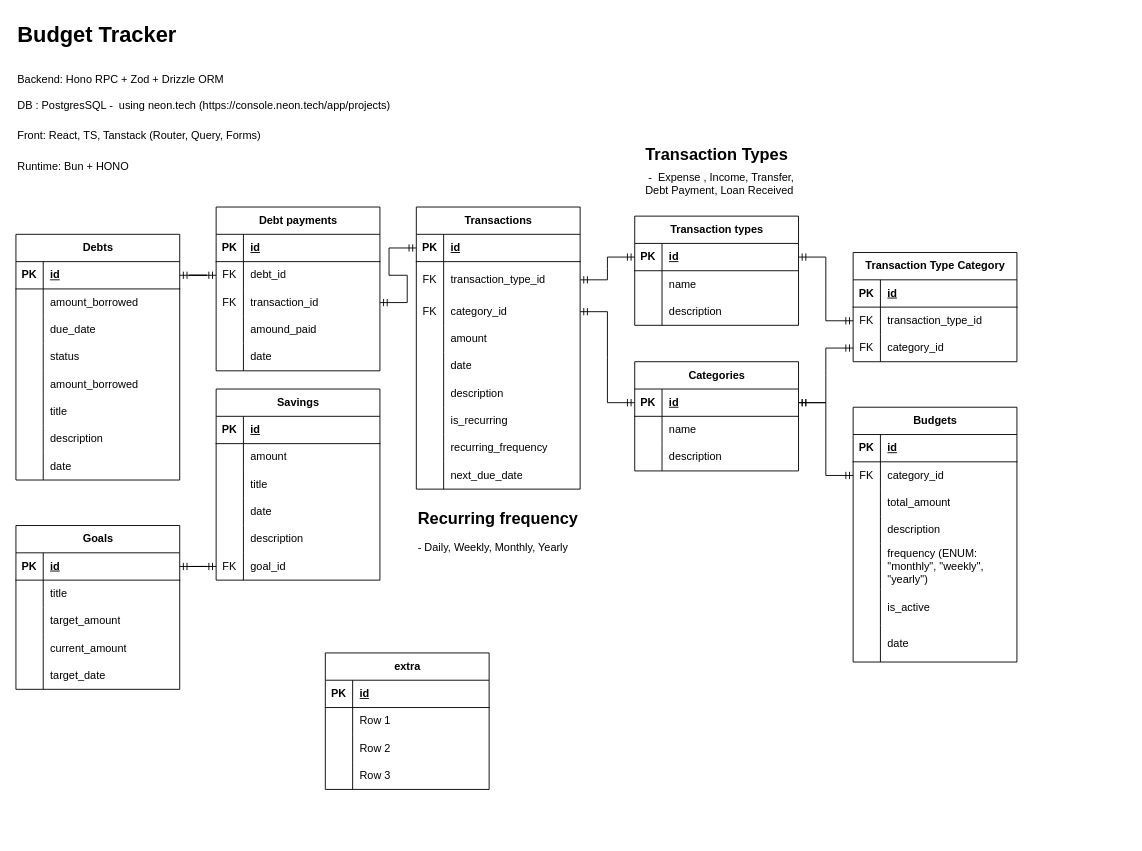
The draw.io diagram _docs/ERD.drawio in quarterinchpwny/Fullstack-js, before the edit. Source tidied: cells renumbered, new cells numbered last; positions are measured from the earlier drawing's top-left corner, leaving out a move shared by most shapes. Both pictures are drawn from the tidied source at 91%, with x=0, y=0 at pixel (15, 15).
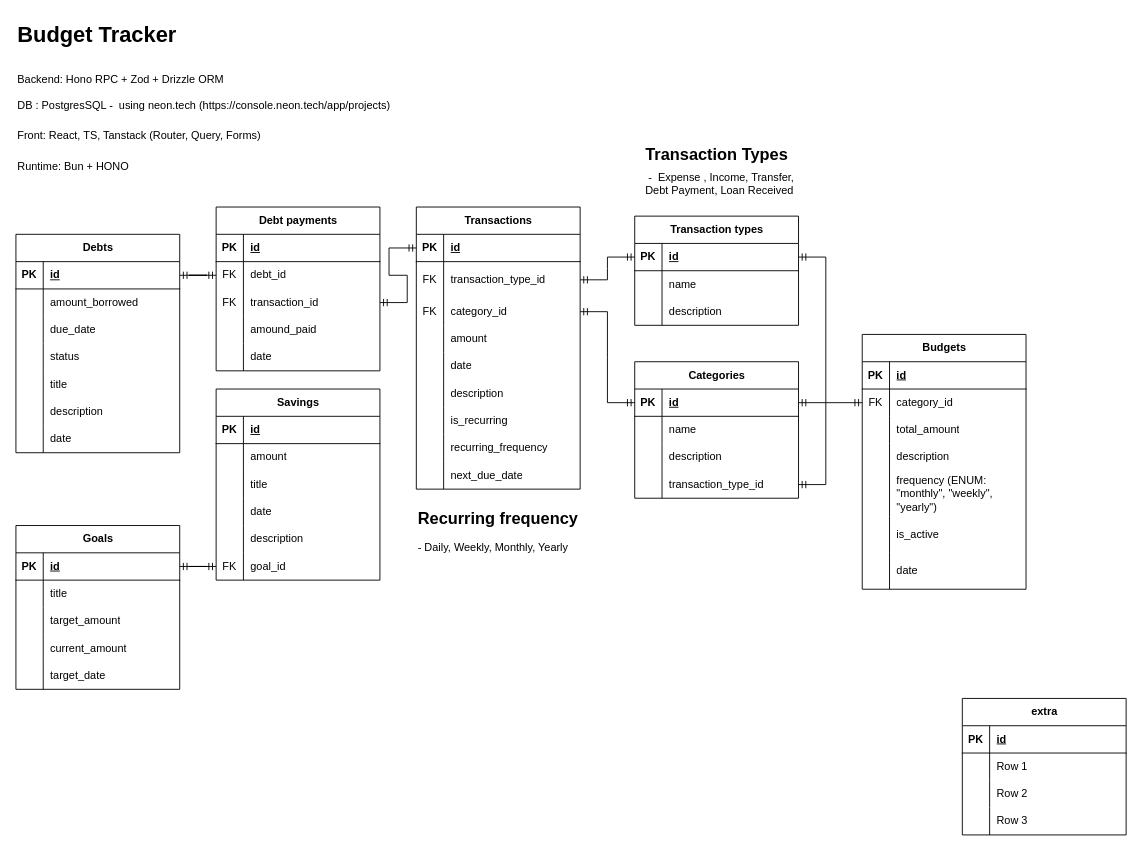
The same diagram, later.

Unchanged cells that the change refers to:
```xml
<mxCell id="34" style="shape=tableRow;horizontal=0;startSize=0;swimlaneHead=0;swimlaneBody=0;fillColor=none;points=[[0,0.5],[1,0.5]];portConstraint=eastwest;top=0;left=0;right=0;bottom=0;" parent="30" vertex="1">
  <mxGeometry y="60" width="180" height="30" as="geometry" />
</mxCell>
<mxCell id="66" style="shape=tableRow;horizontal=0;startSize=0;swimlaneHead=0;swimlaneBody=0;fillColor=none;points=[[0,0.5],[1,0.5]];portConstraint=eastwest;top=0;left=0;right=0;bottom=1;" parent="65" vertex="1">
  <mxGeometry y="30" width="180" height="30" as="geometry" />
</mxCell>
<mxCell id="136" style="shape=tableRow;horizontal=0;startSize=0;swimlaneHead=0;swimlaneBody=0;fillColor=none;points=[[0,0.5],[1,0.5]];portConstraint=eastwest;top=0;left=0;right=0;bottom=1;" parent="135" vertex="1">
  <mxGeometry y="30" width="180" height="30" as="geometry" />
</mxCell>
```

Diff of the diagram source:
```diff
@@
     <mxCell id="30" value="Budgets" style="shape=table;startSize=30;childLayout=tableLayout;rowLines=0;fontStyle=1;align=center;html=1;" parent="1" vertex="1">
-      <mxGeometry x="920" y="430" width="180" height="280" as="geometry" />
+      <mxGeometry x="930" y="350" width="180" height="280" as="geometry" />
     </mxCell>
@@
     <mxCell id="52" value="extra" style="shape=table;startSize=30;childLayout=tableLayout;rowLines=0;fontStyle=1;align=center;html=1;" parent="1" vertex="1">
-      <mxGeometry x="340" y="700" width="180" height="150" as="geometry" />
+      <mxGeometry x="1040" y="750" width="180" height="150" as="geometry" />
     </mxCell>
@@
     <mxCell id="65" value="Categories" style="shape=table;startSize=30;childLayout=tableLayout;rowLines=0;fontStyle=1;align=center;html=1;" parent="1" vertex="1">
-      <mxGeometry x="680" y="380" width="180" height="120" as="geometry" />
+      <mxGeometry x="680" y="380" width="180" height="150" as="geometry" />
     </mxCell>
@@
+    <mxCell id="182" style="shape=tableRow;horizontal=0;startSize=0;swimlaneHead=0;swimlaneBody=0;fillColor=none;points=[[0,0.5],[1,0.5]];portConstraint=eastwest;top=0;left=0;right=0;bottom=0;" parent="65" vertex="1">
+      <mxGeometry y="120" width="180" height="30" as="geometry" />
+    </mxCell>
+    <mxCell id="124" style="shape=partialRectangle;fillColor=none;top=0;left=0;bottom=0;right=0;overflow=hidden;whiteSpace=wrap;html=1;" parent="182" vertex="1">
+      <mxGeometry width="30" height="30" as="geometry" />
+    </mxCell>
+    <mxCell id="175" value="transaction_type_id" style="shape=partialRectangle;fillColor=none;top=0;left=0;bottom=0;right=0;align=left;spacingLeft=6;overflow=hidden;whiteSpace=wrap;html=1;" parent="182" vertex="1">
+      <mxGeometry x="30" width="150" height="30" as="geometry" />
+    </mxCell>
@@
     <mxCell id="110" value="Debts" style="shape=table;startSize=30;childLayout=tableLayout;rowLines=0;fontStyle=1;align=center;html=1;" parent="1" vertex="1">
-      <mxGeometry y="240" width="180" height="270" as="geometry" />
+      <mxGeometry y="240" width="180" height="240" as="geometry" />
     </mxCell>
@@
-    <mxCell id="123" style="shape=tableRow;horizontal=0;startSize=0;swimlaneHead=0;swimlaneBody=0;fillColor=none;top=0;left=0;right=0;bottom=0;" parent="110" vertex="1">
-      <mxGeometry y="150" width="180" height="30" as="geometry" />
-    </mxCell>
-    <mxCell id="124" style="shape=partialRectangle;fillColor=none;top=0;left=0;bottom=0;right=0;overflow=hidden;whiteSpace=wrap;html=1;" parent="123" vertex="1">
-      <mxGeometry width="30" height="30" as="geometry" />
-    </mxCell>
-    <mxCell id="125" value="amount_borrowed" style="shape=partialRectangle;fillColor=none;top=0;left=0;bottom=0;right=0;align=left;spacingLeft=6;overflow=hidden;whiteSpace=wrap;html=1;" parent="123" vertex="1">
-      <mxGeometry x="30" width="150" height="30" as="geometry" />
-    </mxCell>
     <mxCell id="126" style="shape=tableRow;horizontal=0;startSize=0;swimlaneHead=0;swimlaneBody=0;fillColor=none;top=0;left=0;right=0;bottom=0;" parent="110" vertex="1">
-      <mxGeometry y="180" width="180" height="30" as="geometry" />
+      <mxGeometry y="150" width="180" height="30" as="geometry" />
     </mxCell>
@@
     <mxCell id="129" style="shape=tableRow;horizontal=0;startSize=0;swimlaneHead=0;swimlaneBody=0;fillColor=none;top=0;left=0;right=0;bottom=0;" parent="110" vertex="1">
-      <mxGeometry y="210" width="180" height="30" as="geometry" />
+      <mxGeometry y="180" width="180" height="30" as="geometry" />
     </mxCell>
@@
     <mxCell id="132" style="shape=tableRow;horizontal=0;startSize=0;swimlaneHead=0;swimlaneBody=0;fillColor=none;top=0;left=0;right=0;bottom=0;" parent="110" vertex="1">
-      <mxGeometry y="240" width="180" height="30" as="geometry" />
+      <mxGeometry y="210" width="180" height="30" as="geometry" />
     </mxCell>
@@
-    <mxCell id="169" value="Transaction Type Category" style="shape=table;startSize=30;childLayout=tableLayout;rowLines=0;fontStyle=1;align=center;html=1;" parent="1" vertex="1">
-      <mxGeometry x="920" y="260" width="180" height="120" as="geometry" />
-    </mxCell>
-    <mxCell id="170" style="shape=tableRow;horizontal=0;startSize=0;swimlaneHead=0;swimlaneBody=0;fillColor=none;top=0;left=0;right=0;bottom=1;" parent="169" vertex="1">
-      <mxGeometry y="30" width="180" height="30" as="geometry" />
-    </mxCell>
-    <mxCell id="171" value="PK" style="shape=partialRectangle;fillColor=none;top=0;left=0;bottom=0;right=0;fontStyle=1;overflow=hidden;whiteSpace=wrap;html=1;" parent="170" vertex="1">
-      <mxGeometry width="30" height="30" as="geometry" />
-    </mxCell>
-    <mxCell id="172" value="id" style="shape=partialRectangle;fillColor=none;top=0;left=0;bottom=0;right=0;align=left;spacingLeft=6;fontStyle=5;overflow=hidden;whiteSpace=wrap;html=1;" parent="170" vertex="1">
-      <mxGeometry x="30" width="150" height="30" as="geometry" />
-    </mxCell>
-    <mxCell id="173" style="shape=tableRow;horizontal=0;startSize=0;swimlaneHead=0;swimlaneBody=0;fillColor=none;points=[[0,0.5],[1,0.5]];portConstraint=eastwest;top=0;left=0;right=0;bottom=0;" parent="169" vertex="1">
-      <mxGeometry y="60" width="180" height="30" as="geometry" />
-    </mxCell>
-    <mxCell id="174" value="FK" style="shape=partialRectangle;fillColor=none;top=0;left=0;bottom=0;right=0;overflow=hidden;whiteSpace=wrap;html=1;" parent="173" vertex="1">
-      <mxGeometry width="30" height="30" as="geometry" />
-    </mxCell>
-    <mxCell id="175" value="&lt;span style=&quot;color: rgb(0, 0, 0);&quot;&gt;transaction_type_id&lt;/span&gt;" style="shape=partialRectangle;fillColor=none;top=0;left=0;bottom=0;right=0;align=left;spacingLeft=6;overflow=hidden;whiteSpace=wrap;html=1;" parent="173" vertex="1">
-      <mxGeometry x="30" width="150" height="30" as="geometry" />
-    </mxCell>
-    <mxCell id="176" style="shape=tableRow;horizontal=0;startSize=0;swimlaneHead=0;swimlaneBody=0;fillColor=none;points=[[0,0.5],[1,0.5]];portConstraint=eastwest;top=0;left=0;right=0;bottom=0;" parent="169" vertex="1">
-      <mxGeometry y="90" width="180" height="30" as="geometry" />
-    </mxCell>
-    <mxCell id="177" value="FK" style="shape=partialRectangle;fillColor=none;top=0;left=0;bottom=0;right=0;overflow=hidden;whiteSpace=wrap;html=1;" parent="176" vertex="1">
-      <mxGeometry width="30" height="30" as="geometry" />
-    </mxCell>
-    <mxCell id="178" value="category_id" style="shape=partialRectangle;fillColor=none;top=0;left=0;bottom=0;right=0;align=left;spacingLeft=6;overflow=hidden;whiteSpace=wrap;html=1;" parent="176" vertex="1">
-      <mxGeometry x="30" width="150" height="30" as="geometry" />
-    </mxCell>
-    <mxCell id="179" style="edgeStyle=entityRelationEdgeStyle;fontSize=12;html=1;endArrow=ERmandOne;startArrow=ERmandOne;rounded=0;exitX=1;exitY=0.5;exitDx=0;exitDy=0;entryX=0;entryY=0.5;entryDx=0;entryDy=0;" parent="1" edge="1" source="66" target="176">
-      <mxGeometry relative="1" as="geometry" />
-    </mxCell>
-    <mxCell id="180" style="edgeStyle=entityRelationEdgeStyle;fontSize=12;html=1;endArrow=ERmandOne;startArrow=ERmandOne;rounded=0;exitX=1;exitY=0.5;exitDx=0;exitDy=0;entryX=0;entryY=0.5;entryDx=0;entryDy=0;" parent="1" edge="1" source="136" target="173">
-      <mxGeometry relative="1" as="geometry" />
-    </mxCell>
-    <mxCell id="181" style="edgeStyle=entityRelationEdgeStyle;fontSize=12;html=1;endArrow=ERmandOne;startArrow=ERmandOne;rounded=0;entryX=0;entryY=0.5;entryDx=0;entryDy=0;exitX=1;exitY=0.5;exitDx=0;exitDy=0;" parent="1" edge="1" source="66" target="34">
+    <mxCell id="181" style="edgeStyle=entityRelationEdgeStyle;fontSize=12;html=1;endArrow=ERmandOne;startArrow=ERmandOne;rounded=0;exitX=1;exitY=0.5;exitDx=0;exitDy=0;entryX=1;entryY=0.5;entryDx=0;entryDy=0;" parent="1" edge="1" source="182" target="136">
       <mxGeometry relative="1" as="geometry" />
     </mxCell>
+    <mxCell id="183" style="edgeStyle=entityRelationEdgeStyle;fontSize=12;html=1;endArrow=ERmandOne;startArrow=ERmandOne;rounded=0;exitX=1;exitY=0.5;exitDx=0;exitDy=0;entryX=0;entryY=0.5;entryDx=0;entryDy=0;" parent="1" edge="1" source="66" target="34">
+      <mxGeometry relative="1" as="geometry" />
+    </mxCell>
```
